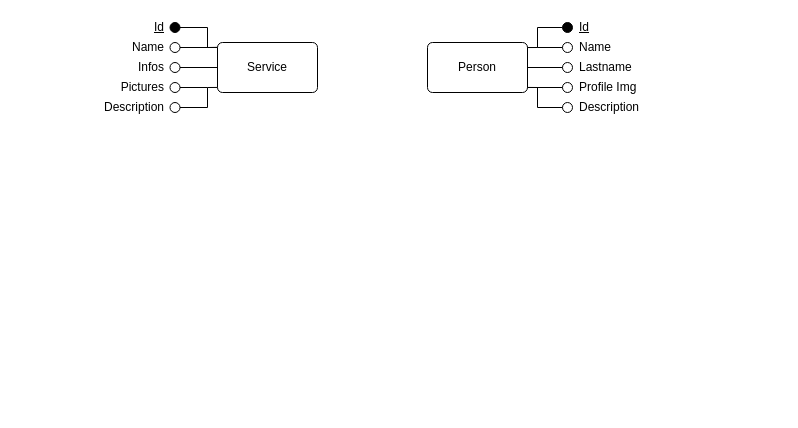
The draw.io diagram DesignDocument/diagrams/ER.drawio in Alenichel/CodiglioniDellOglioNichelini-HypermediaProject, before the edit. Source tidied: cells renumbered, new cells numbered last; positions are measured from the earlier drawing's top-left corner, leaving out a move shared by most shapes. Both pictures are drawn from the tidied source at 100%, with x=0, y=0 at pixel (17, 17).
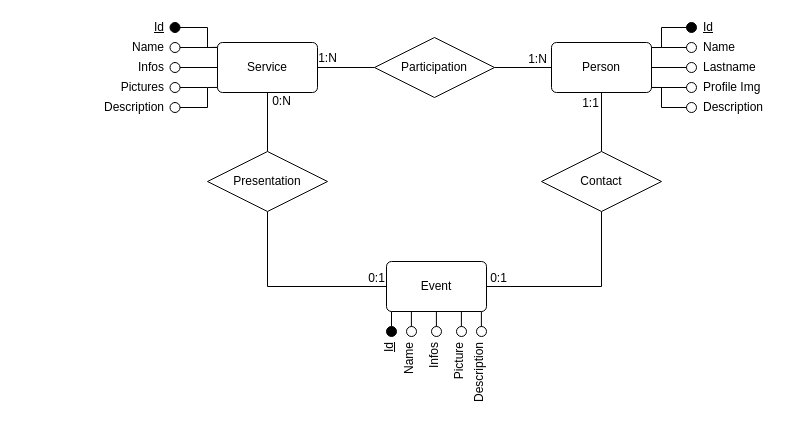
After the change.

The change refers to these unchanged cells:
```xml
<mxCell id="5" value="Person" style="rounded=1;arcSize=10;whiteSpace=wrap;html=1;align=center;" parent="4" vertex="1">
  <mxGeometry y="25" width="100" height="50" as="geometry" />
</mxCell>
<mxCell id="53" value="Service" style="rounded=1;arcSize=10;whiteSpace=wrap;html=1;align=center;" parent="1" vertex="1">
  <mxGeometry x="200" y="25" width="100" height="50" as="geometry" />
</mxCell>
```

Diff of the diagram source:
```diff
@@
     <mxCell id="2" style="group;" parent="1" vertex="1">
-      <mxGeometry x="410" width="230" height="100" as="geometry" />
+      <mxGeometry x="534" width="230" height="100" as="geometry" />
     </mxCell>
@@
+    <mxCell id="59" style="edgeStyle=orthogonalEdgeStyle;rounded=0;jettySize=auto;html=1;exitX=1;exitY=0.5;exitDx=0;exitDy=0;entryX=0;entryY=0.5;entryDx=0;entryDy=0;endArrow=none;endFill=0;" parent="1" edge="1" source="63" target="5">
+      <mxGeometry relative="1" as="geometry" />
+    </mxCell>
+    <mxCell id="60" value="1:N" style="text;html=1;align=center;verticalAlign=middle;labelBackgroundColor=#ffffff;" parent="59" vertex="1">
+      <mxGeometry x="0.39" relative="1" as="geometry">
+        <mxPoint x="2.2" y="-9" as="offset" />
+      </mxGeometry>
+    </mxCell>
+    <mxCell id="61" style="edgeStyle=orthogonalEdgeStyle;rounded=0;jettySize=auto;html=1;exitX=0;exitY=0.5;exitDx=0;exitDy=0;entryX=1;entryY=0.5;entryDx=0;entryDy=0;endArrow=none;endFill=0;" parent="1" edge="1" source="63" target="53">
+      <mxGeometry relative="1" as="geometry" />
+    </mxCell>
+    <mxCell id="62" value="1:N" style="text;html=1;align=center;verticalAlign=middle;labelBackgroundColor=#ffffff;" parent="61" vertex="1">
+      <mxGeometry x="0.18" relative="1" as="geometry">
+        <mxPoint x="-13.5" y="-10" as="offset" />
+      </mxGeometry>
+    </mxCell>
+    <mxCell id="63" value="Participation" style="shape=rhombus;perimeter=rhombusPerimeter;whiteSpace=wrap;html=1;align=center;" parent="1" vertex="1">
+      <mxGeometry x="357" y="20" width="120" height="60" as="geometry" />
+    </mxCell>
+    <mxCell id="64" style="group;" parent="1" vertex="1">
+      <mxGeometry x="310" y="161" width="247" height="175" as="geometry" />
+    </mxCell>
+    <mxCell id="65" style="group;" parent="1" vertex="1">
+      <mxGeometry x="369" y="244" width="100" height="75" as="geometry" />
+    </mxCell>
+    <mxCell id="66" style="group;" parent="65" vertex="1">
+      <mxGeometry width="100" height="75" as="geometry" />
+    </mxCell>
+    <mxCell id="67" value="Event" style="rounded=1;arcSize=10;whiteSpace=wrap;html=1;align=center;" parent="66" vertex="1">
+      <mxGeometry width="100" height="50" as="geometry" />
+    </mxCell>
+    <mxCell id="68" style="ellipse;whiteSpace=wrap;html=1;fillColor=#000000;" parent="66" vertex="1">
+      <mxGeometry y="65" width="10" height="10" as="geometry" />
+    </mxCell>
+    <mxCell id="69" style="ellipse;whiteSpace=wrap;html=1;" parent="66" vertex="1">
+      <mxGeometry x="20" y="65" width="10" height="10" as="geometry" />
+    </mxCell>
+    <mxCell id="70" style="ellipse;whiteSpace=wrap;html=1;" parent="66" vertex="1">
+      <mxGeometry x="45" y="65" width="10" height="10" as="geometry" />
+    </mxCell>
+    <mxCell id="71" style="ellipse;whiteSpace=wrap;html=1;" parent="66" vertex="1">
+      <mxGeometry x="70" y="65" width="10" height="10" as="geometry" />
+    </mxCell>
+    <mxCell id="72" style="ellipse;whiteSpace=wrap;html=1;" parent="66" vertex="1">
+      <mxGeometry x="90" y="65" width="10" height="10" as="geometry" />
+    </mxCell>
+    <mxCell id="73" style="endArrow=none;html=1;rounded=0;exitX=0.05;exitY=1.001;exitDx=0;exitDy=0;exitPerimeter=0;entryX=0.5;entryY=0;entryDx=0;entryDy=0;" parent="66" edge="1" source="67" target="68">
+      <mxGeometry relative="1" as="geometry" />
+    </mxCell>
+    <mxCell id="74" style="endArrow=none;html=1;rounded=0;exitX=0.05;exitY=1.001;exitDx=0;exitDy=0;exitPerimeter=0;entryX=0.5;entryY=0;entryDx=0;entryDy=0;" parent="66" edge="1">
+      <mxGeometry relative="1" as="geometry">
+        <mxPoint x="24.9" y="50" as="sourcePoint" />
+        <mxPoint x="24.9" y="65" as="targetPoint" />
+      </mxGeometry>
+    </mxCell>
+    <mxCell id="75" style="endArrow=none;html=1;rounded=0;exitX=0.05;exitY=1.001;exitDx=0;exitDy=0;exitPerimeter=0;entryX=0.5;entryY=0;entryDx=0;entryDy=0;" parent="66" edge="1">
+      <mxGeometry relative="1" as="geometry">
+        <mxPoint x="49.9" y="50" as="sourcePoint" />
+        <mxPoint x="49.9" y="65" as="targetPoint" />
+      </mxGeometry>
+    </mxCell>
+    <mxCell id="76" style="endArrow=none;html=1;rounded=0;exitX=0.05;exitY=1.001;exitDx=0;exitDy=0;exitPerimeter=0;entryX=0.5;entryY=0;entryDx=0;entryDy=0;" parent="66" edge="1">
+      <mxGeometry relative="1" as="geometry">
+        <mxPoint x="74.9" y="50" as="sourcePoint" />
+        <mxPoint x="74.9" y="65" as="targetPoint" />
+      </mxGeometry>
+    </mxCell>
+    <mxCell id="77" style="endArrow=none;html=1;rounded=0;exitX=0.05;exitY=1.001;exitDx=0;exitDy=0;exitPerimeter=0;entryX=0.5;entryY=0;entryDx=0;entryDy=0;" parent="66" edge="1">
+      <mxGeometry relative="1" as="geometry">
+        <mxPoint x="94.9" y="50" as="sourcePoint" />
+        <mxPoint x="94.9" y="65" as="targetPoint" />
+      </mxGeometry>
+    </mxCell>
+    <mxCell id="78" value="&lt;u&gt;Id&lt;/u&gt;" style="text;html=1;align=right;verticalAlign=middle;rotation=270;" parent="1" vertex="1">
+      <mxGeometry x="362" y="324" width="20" height="20" as="geometry" />
+    </mxCell>
+    <mxCell id="79" value="Name" style="text;html=1;align=right;verticalAlign=middle;rotation=270;" parent="1" vertex="1">
+      <mxGeometry x="367" y="339" width="50" height="20" as="geometry" />
+    </mxCell>
+    <mxCell id="80" value="Infos" style="text;html=1;align=right;verticalAlign=middle;rotation=270;" parent="1" vertex="1">
+      <mxGeometry x="398" y="334" width="37" height="18" as="geometry" />
+    </mxCell>
+    <mxCell id="81" value="Picture" style="text;html=1;align=right;verticalAlign=middle;rotation=270;" parent="1" vertex="1">
+      <mxGeometry x="418" y="339" width="47" height="18" as="geometry" />
+    </mxCell>
+    <mxCell id="82" value="Description" style="text;html=1;align=right;verticalAlign=middle;rotation=270;" parent="1" vertex="1">
+      <mxGeometry x="427" y="350" width="70" height="18" as="geometry" />
+    </mxCell>
+    <mxCell id="83" style="edgeStyle=orthogonalEdgeStyle;rounded=0;jettySize=auto;html=1;exitX=0.5;exitY=0;exitDx=0;exitDy=0;entryX=0.5;entryY=1;entryDx=0;entryDy=0;endArrow=none;endFill=0;" parent="1" edge="1" source="87" target="53">
+      <mxGeometry relative="1" as="geometry" />
+    </mxCell>
+    <mxCell id="84" value="0:N" style="text;html=1;align=center;verticalAlign=middle;labelBackgroundColor=#ffffff;" parent="83" vertex="1">
+      <mxGeometry x="0.45" relative="1" as="geometry">
+        <mxPoint x="13" y="-7.2" as="offset" />
+      </mxGeometry>
+    </mxCell>
+    <mxCell id="85" style="edgeStyle=orthogonalEdgeStyle;rounded=0;jettySize=auto;html=1;exitX=0.5;exitY=1;exitDx=0;exitDy=0;entryX=0;entryY=0.5;entryDx=0;entryDy=0;endArrow=none;endFill=0;" parent="1" edge="1" source="87" target="67">
+      <mxGeometry relative="1" as="geometry" />
+    </mxCell>
+    <mxCell id="86" value="0:1" style="text;html=1;align=center;verticalAlign=middle;labelBackgroundColor=#ffffff;" parent="85" vertex="1">
+      <mxGeometry x="0.47" y="-1" relative="1" as="geometry">
+        <mxPoint x="40.8" y="-10" as="offset" />
+      </mxGeometry>
+    </mxCell>
+    <mxCell id="87" value="Presentation" style="shape=rhombus;perimeter=rhombusPerimeter;whiteSpace=wrap;html=1;align=center;" parent="1" vertex="1">
+      <mxGeometry x="190" y="134" width="120" height="60" as="geometry" />
+    </mxCell>
+    <mxCell id="88" style="edgeStyle=orthogonalEdgeStyle;rounded=0;jettySize=auto;html=1;exitX=0.5;exitY=0;exitDx=0;exitDy=0;endArrow=none;endFill=0;" parent="1" edge="1" source="92" target="5">
+      <mxGeometry relative="1" as="geometry" />
+    </mxCell>
+    <mxCell id="89" value="1:1" style="text;html=1;align=center;verticalAlign=middle;labelBackgroundColor=#ffffff;" parent="88" vertex="1">
+      <mxGeometry x="0.33" relative="1" as="geometry">
+        <mxPoint x="-12" y="-9.8" as="offset" />
+      </mxGeometry>
+    </mxCell>
+    <mxCell id="90" style="edgeStyle=orthogonalEdgeStyle;rounded=0;jettySize=auto;html=1;exitX=0.5;exitY=1;exitDx=0;exitDy=0;entryX=1;entryY=0.5;entryDx=0;entryDy=0;endArrow=none;endFill=0;" parent="1" edge="1" source="92" target="67">
+      <mxGeometry relative="1" as="geometry" />
+    </mxCell>
+    <mxCell id="91" value="0:1" style="text;html=1;align=center;verticalAlign=middle;labelBackgroundColor=#ffffff;" parent="90" vertex="1">
+      <mxGeometry x="0.73" y="1" relative="1" as="geometry">
+        <mxPoint x="-14.5" y="-10" as="offset" />
+      </mxGeometry>
+    </mxCell>
+    <mxCell id="92" value="Contact" style="shape=rhombus;perimeter=rhombusPerimeter;whiteSpace=wrap;html=1;align=center;" parent="1" vertex="1">
+      <mxGeometry x="524" y="134" width="120" height="60" as="geometry" />
+    </mxCell>
```
